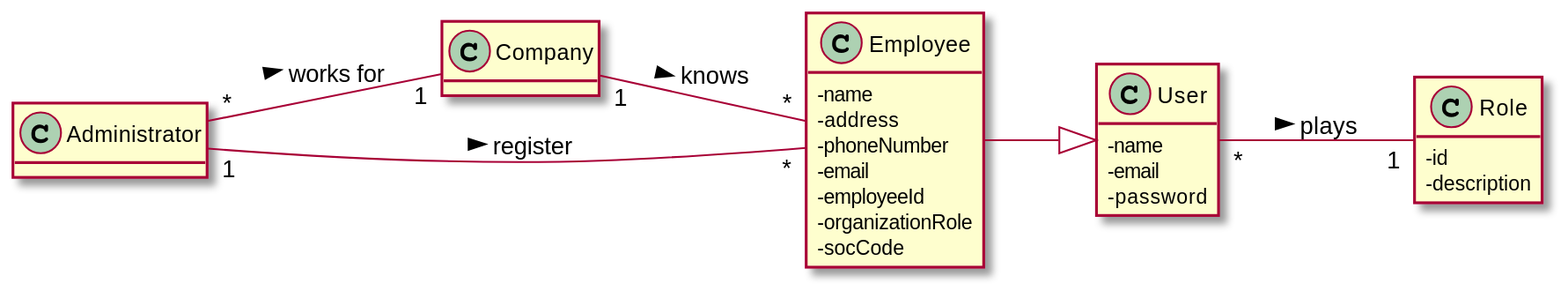
Above: docs/SprintB/US07/US07-MD.svg in manu-07-ela/LAPR2_ISEP (PlantUML), before the change.
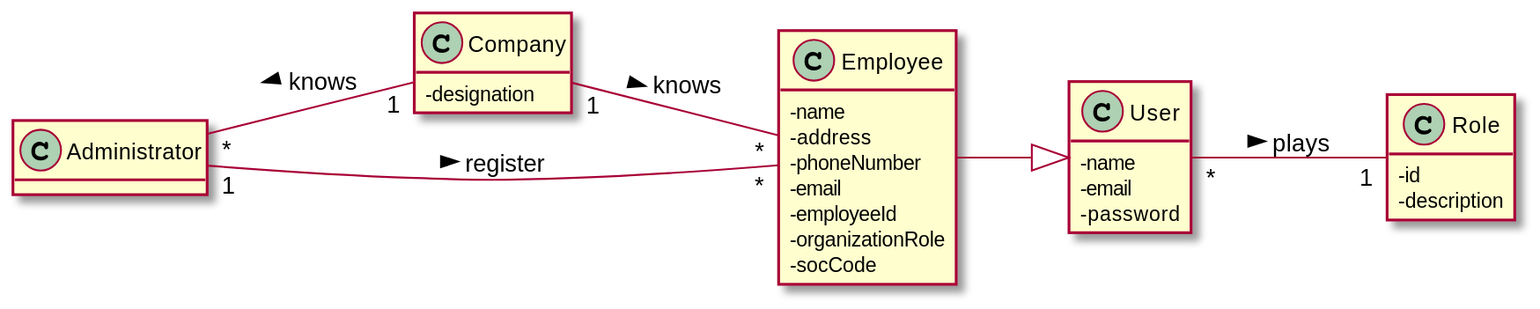
After the change.

Diff of the diagram source:
```diff
@@ -25,12 +25,16 @@
 -socCode
 }
 
+class Company{
+-designation
+}
+
 class Role{
 -id
 -description
 }
 
-Administrator "*"--"1" Company : works for >
+Administrator "*"--"1" Company : < knows
 Employee --|> User
 Company "1"--"*" Employee : knows >
 Administrator "1"--"*" Employee : register >
```
